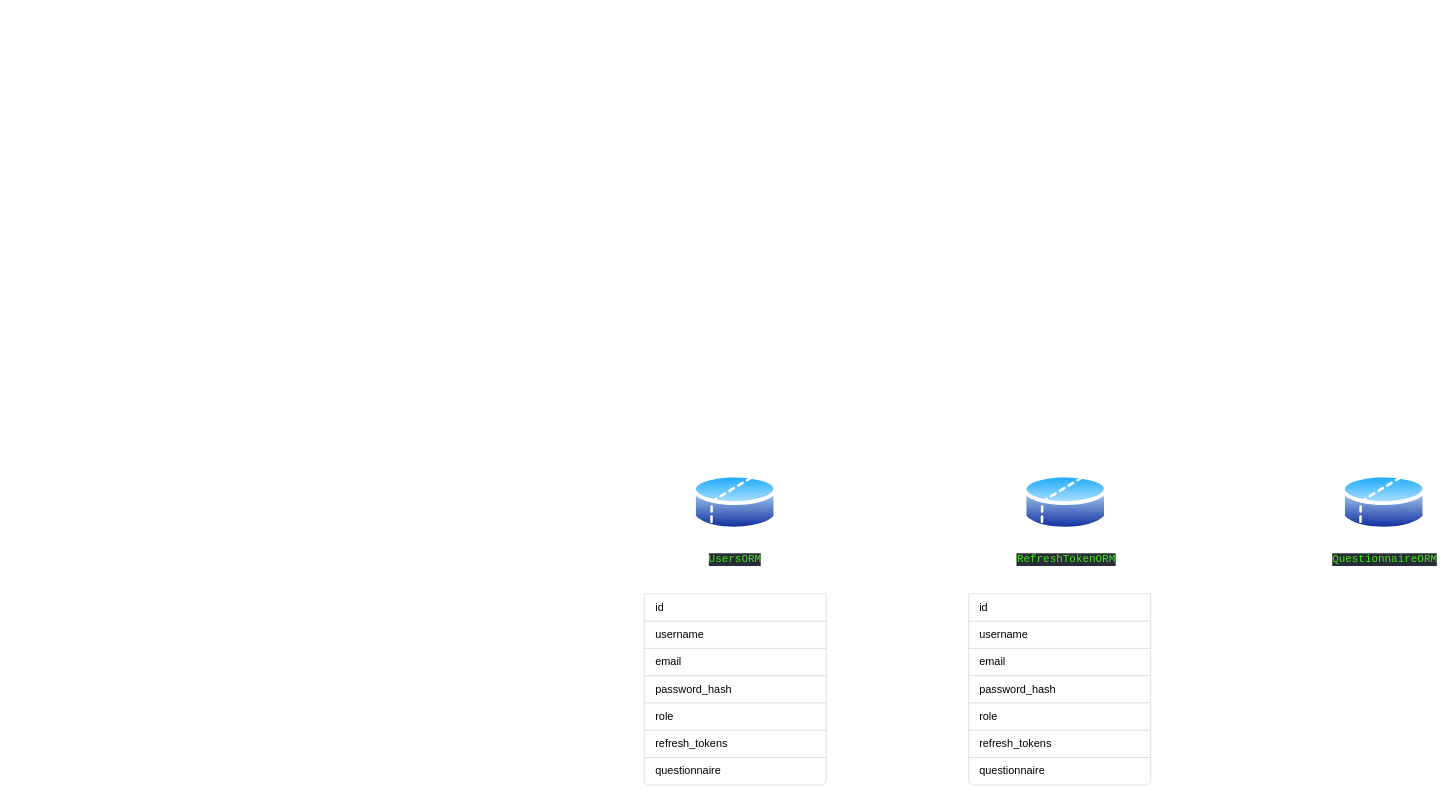
Above: docs/database/schem.drawio in veellimir/Home-Helper_Service (draw.io), before the change. Source tidied: cells renumbered, new cells numbered last; positions are measured from the earlier drawing's top-left corner, leaving out a move shared by most shapes. Both pictures are drawn from the tidied source at 91%, with x=0, y=0 at pixel (643, 470).
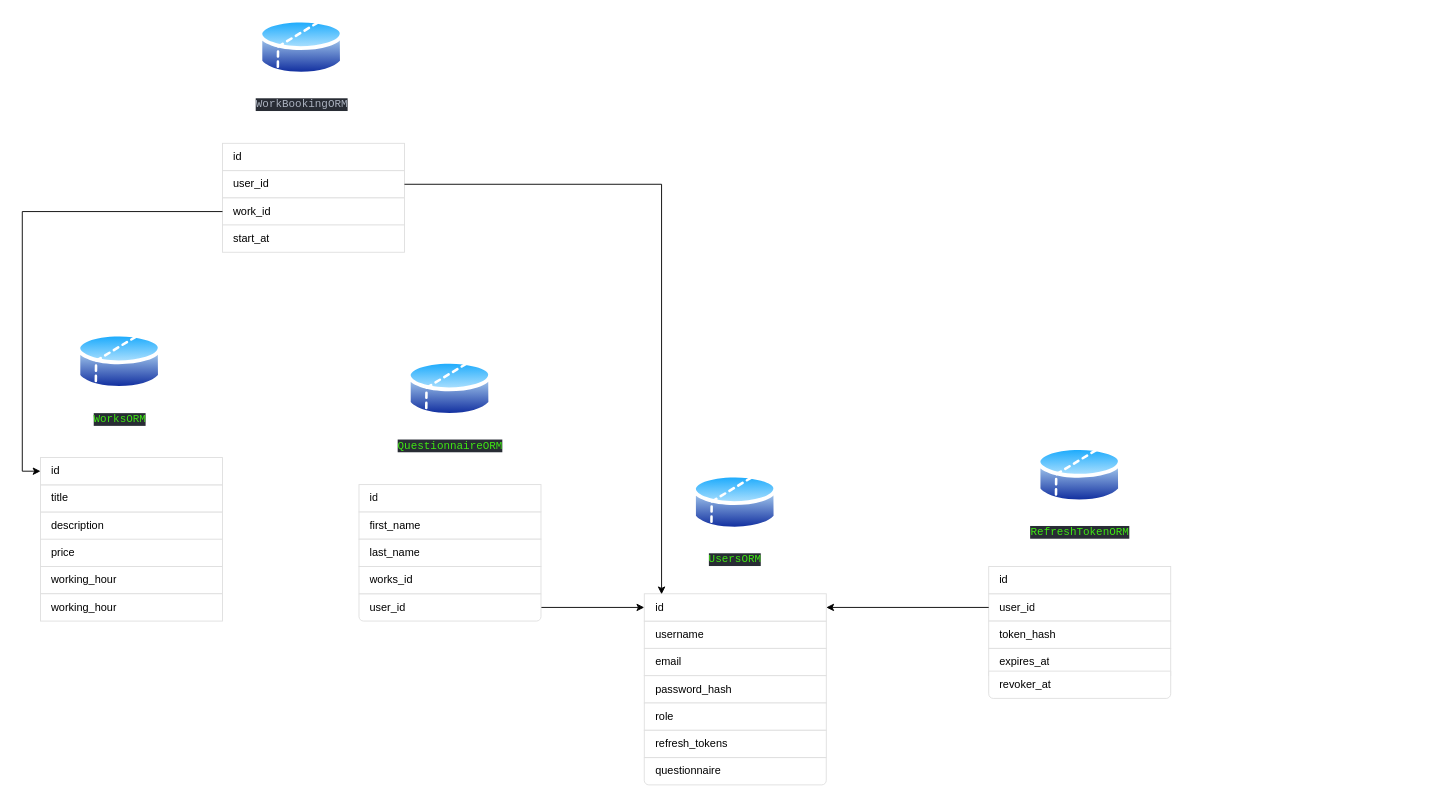
Above is the later version.

The change refers to these unchanged cells:
```xml
<mxCell id="12" value="id" style="text;strokeColor=#DFDFDF;fillColor=#FFFFFF;align=left;verticalAlign=middle;spacingLeft=10;spacingRight=10;overflow=hidden;points=[[0,0.5],[1,0.5]];portConstraint=eastwest;whiteSpace=wrap;html=1;rSize=5;fontColor=#000000;" parent="1" vertex="1">
  <mxGeometry x="0.5" y="135" width="200" height="30" as="geometry" />
</mxCell>
```

Change to the diagram source:
```diff
@@
     <mxCell id="3" value="&lt;div style=&quot;background-color:#282c34;color:#abb2bf&quot;&gt;&lt;pre style=&quot;font-family:'JetBrains Mono',monospace;font-size:12,8pt;&quot;&gt;&lt;span style=&quot;color:#3fe713;&quot;&gt;QuestionnaireORM&lt;/span&gt;&lt;/pre&gt;&lt;/div&gt;" style="image;perimeter=ellipsePerimeter;html=1;align=center;shadow=0;dashed=0;spacingTop=3;image=img/lib/active_directory/database_partition_2.svg;" parent="1" vertex="1">
-      <mxGeometry x="766.7" width="93.8" height="69.4" as="geometry" />
+      <mxGeometry x="-259.9" y="-125" width="93.8" height="69.4" as="geometry" />
     </mxCell>
     <mxCell id="4" value="&lt;div style=&quot;background-color:#282c34;color:#abb2bf&quot;&gt;&lt;pre style=&quot;font-family:'JetBrains Mono',monospace;font-size:12,8pt;&quot;&gt;&lt;span style=&quot;color:#3fe713;&quot;&gt;RefreshTokenORM&lt;/span&gt;&lt;/pre&gt;&lt;/div&gt;&lt;div&gt;&lt;br&gt;&lt;/div&gt;" style="image;perimeter=ellipsePerimeter;html=1;align=center;shadow=0;dashed=0;spacingTop=3;image=img/lib/active_directory/database_partition_2.svg;" parent="1" vertex="1">
-      <mxGeometry x="416.7" width="93.8" height="69.4" as="geometry" />
+      <mxGeometry x="432.1" y="-30" width="93.8" height="69.4" as="geometry" />
     </mxCell>
@@
     <mxCell id="13" style="swimlane;fontStyle=0;horizontal=1;startSize=0;whiteSpace=wrap;html=1;strokeColor=none;fillColor=none;" parent="1" vertex="1">
-      <mxGeometry x="357" y="165" width="200" height="90" as="geometry" />
+      <mxGeometry x="379" y="135" width="200" height="90" as="geometry" />
     </mxCell>
-    <mxCell id="14" value="username" style="text;strokeColor=#DFDFDF;fillColor=#FFFFFF;align=left;verticalAlign=middle;spacingLeft=10;spacingRight=10;overflow=hidden;points=[[0,0.5],[1,0.5]];portConstraint=eastwest;whiteSpace=wrap;html=1;rSize=5;fontColor=#000000;" parent="13" vertex="1">
+    <mxCell id="14" value="user_id" style="text;strokeColor=#DFDFDF;fillColor=#FFFFFF;align=left;verticalAlign=middle;spacingLeft=10;spacingRight=10;overflow=hidden;points=[[0,0.5],[1,0.5]];portConstraint=eastwest;whiteSpace=wrap;html=1;rSize=5;fontColor=#000000;" parent="13" vertex="1">
       <mxGeometry width="200" height="30" as="geometry" />
     </mxCell>
-    <mxCell id="15" value="email" style="text;strokeColor=#DFDFDF;fillColor=#FFFFFF;align=left;verticalAlign=middle;spacingLeft=10;spacingRight=10;overflow=hidden;whiteSpace=wrap;html=1;rSize=5;fontColor=#000000;" parent="13" vertex="1">
+    <mxCell id="15" value="token_hash" style="text;strokeColor=#DFDFDF;fillColor=#FFFFFF;align=left;verticalAlign=middle;spacingLeft=10;spacingRight=10;overflow=hidden;whiteSpace=wrap;html=1;rSize=5;fontColor=#000000;" parent="13" vertex="1">
       <mxGeometry y="30" width="200" height="30" as="geometry" />
     </mxCell>
-    <mxCell id="16" value="password_hash" style="text;strokeColor=#DFDFDF;fillColor=#FFFFFF;align=left;verticalAlign=middle;spacingLeft=10;spacingRight=10;overflow=hidden;whiteSpace=wrap;html=1;rSize=5;fontColor=#000000;" parent="13" vertex="1">
+    <mxCell id="16" value="expires_at" style="text;strokeColor=#DFDFDF;fillColor=#FFFFFF;align=left;verticalAlign=middle;spacingLeft=10;spacingRight=10;overflow=hidden;whiteSpace=wrap;html=1;rSize=5;fontColor=#000000;" parent="13" vertex="1">
       <mxGeometry y="60" width="200" height="30" as="geometry" />
     </mxCell>
-    <mxCell id="17" value="questionnaire" style="text;strokeColor=#DFDFDF;fillColor=#FFFFFF;align=left;verticalAlign=middle;spacingLeft=10;spacingRight=10;overflow=hidden;whiteSpace=wrap;html=1;shape=mxgraph.bootstrap.bottomButton;rSize=5;fontColor=#000000;" parent="1" vertex="1">
-      <mxGeometry x="357" y="315" width="200" height="30" as="geometry" />
+    <mxCell id="17" value="revoker_at" style="text;strokeColor=#DFDFDF;fillColor=#FFFFFF;align=left;verticalAlign=middle;spacingLeft=10;spacingRight=10;overflow=hidden;whiteSpace=wrap;html=1;shape=mxgraph.bootstrap.bottomButton;rSize=5;fontColor=#000000;" parent="1" vertex="1">
+      <mxGeometry x="379" y="220" width="200" height="30" as="geometry" />
     </mxCell>
-    <mxCell id="18" value="role" style="text;strokeColor=#DFDFDF;fillColor=#FFFFFF;align=left;verticalAlign=middle;spacingLeft=10;spacingRight=10;overflow=hidden;whiteSpace=wrap;html=1;rSize=5;fontColor=#000000;" parent="1" vertex="1">
-      <mxGeometry x="357" y="255" width="200" height="30" as="geometry" />
-    </mxCell>
-    <mxCell id="19" value="refresh_tokens" style="text;strokeColor=#DFDFDF;fillColor=#FFFFFF;align=left;verticalAlign=middle;spacingLeft=10;spacingRight=10;overflow=hidden;whiteSpace=wrap;html=1;rSize=5;fontColor=#000000;" parent="1" vertex="1">
-      <mxGeometry x="357" y="285" width="200" height="30" as="geometry" />
-    </mxCell>
     <mxCell id="20" value="id" style="text;strokeColor=#DFDFDF;fillColor=#FFFFFF;align=left;verticalAlign=middle;spacingLeft=10;spacingRight=10;overflow=hidden;whiteSpace=wrap;html=1;rSize=5;fontColor=#000000;" parent="1" vertex="1">
-      <mxGeometry x="357" y="135" width="200" height="30" as="geometry" />
+      <mxGeometry x="379" y="105" width="200" height="30" as="geometry" />
     </mxCell>
+    <mxCell id="21" style="edgeStyle=orthogonalEdgeStyle;rounded=0;jettySize=auto;html=1;" parent="1" edge="1" source="14" target="12">
+      <mxGeometry relative="1" as="geometry" />
+    </mxCell>
+    <mxCell id="22" style="swimlane;fontStyle=0;horizontal=1;startSize=0;whiteSpace=wrap;html=1;strokeColor=none;fillColor=none;" parent="1" vertex="1">
+      <mxGeometry x="-313" y="45" width="200" height="60" as="geometry" />
+    </mxCell>
+    <mxCell id="23" value="first_name" style="text;strokeColor=#DFDFDF;fillColor=#FFFFFF;align=left;verticalAlign=middle;spacingLeft=10;spacingRight=10;overflow=hidden;whiteSpace=wrap;html=1;rSize=5;fontColor=#000000;" parent="22" vertex="1">
+      <mxGeometry width="200" height="30" as="geometry" />
+    </mxCell>
+    <mxCell id="24" value="last_name" style="text;strokeColor=#DFDFDF;fillColor=#FFFFFF;align=left;verticalAlign=middle;spacingLeft=10;spacingRight=10;overflow=hidden;whiteSpace=wrap;html=1;rSize=5;fontColor=#000000;" parent="22" vertex="1">
+      <mxGeometry y="30" width="200" height="30" as="geometry" />
+    </mxCell>
+    <mxCell id="25" style="edgeStyle=orthogonalEdgeStyle;rounded=0;jettySize=auto;html=1;entryX=0;entryY=0.5;entryDx=0;entryDy=0;" parent="1" edge="1" source="26" target="12">
+      <mxGeometry relative="1" as="geometry" />
+    </mxCell>
+    <mxCell id="26" value="user_id" style="text;strokeColor=#DFDFDF;fillColor=#FFFFFF;align=left;verticalAlign=middle;spacingLeft=10;spacingRight=10;overflow=hidden;points=[[0,0.5],[1,0.5]];portConstraint=eastwest;whiteSpace=wrap;html=1;shape=mxgraph.bootstrap.bottomButton;rSize=5;fontColor=#000000;" parent="1" vertex="1">
+      <mxGeometry x="-313" y="135" width="200" height="30" as="geometry" />
+    </mxCell>
+    <mxCell id="27" value="id" style="text;strokeColor=#DFDFDF;fillColor=#FFFFFF;align=left;verticalAlign=middle;spacingLeft=10;spacingRight=10;overflow=hidden;whiteSpace=wrap;html=1;rSize=5;fontColor=#000000;" parent="1" vertex="1">
+      <mxGeometry x="-313" y="15" width="200" height="30" as="geometry" />
+    </mxCell>
+    <mxCell id="28" value="&lt;div style=&quot;background-color:#282c34;color:#abb2bf&quot;&gt;&lt;pre style=&quot;font-family:'JetBrains Mono',monospace;font-size:12,8pt;&quot;&gt;&lt;div&gt;&lt;pre style=&quot;font-family:'JetBrains Mono',monospace;font-size:12,8pt;&quot;&gt;&lt;span style=&quot;color:#3fe713;&quot;&gt;WorksORM&lt;/span&gt;&lt;/pre&gt;&lt;/div&gt;&lt;/pre&gt;&lt;/div&gt;" style="image;perimeter=ellipsePerimeter;html=1;align=center;shadow=0;dashed=0;spacingTop=3;image=img/lib/active_directory/database_partition_2.svg;" parent="1" vertex="1">
+      <mxGeometry x="-623" y="-154.7" width="93.8" height="69.4" as="geometry" />
+    </mxCell>
+    <mxCell id="29" style="swimlane;fontStyle=0;horizontal=1;startSize=0;whiteSpace=wrap;html=1;strokeColor=none;fillColor=none;" parent="1" vertex="1">
+      <mxGeometry x="-663" y="15.3" width="200" height="60" as="geometry" />
+    </mxCell>
+    <mxCell id="30" value="title" style="text;strokeColor=#DFDFDF;fillColor=#FFFFFF;align=left;verticalAlign=middle;spacingLeft=10;spacingRight=10;overflow=hidden;whiteSpace=wrap;html=1;rSize=5;fontColor=#000000;" parent="29" vertex="1">
+      <mxGeometry width="200" height="30" as="geometry" />
+    </mxCell>
+    <mxCell id="31" value="description" style="text;strokeColor=#DFDFDF;fillColor=#FFFFFF;align=left;verticalAlign=middle;spacingLeft=10;spacingRight=10;overflow=hidden;whiteSpace=wrap;html=1;rSize=5;fontColor=#000000;" parent="29" vertex="1">
+      <mxGeometry y="30" width="200" height="30" as="geometry" />
+    </mxCell>
+    <mxCell id="32" value="id" style="text;strokeColor=#DFDFDF;fillColor=#FFFFFF;align=left;verticalAlign=middle;spacingLeft=10;spacingRight=10;overflow=hidden;points=[[0,0.5],[1,0.5]];portConstraint=eastwest;whiteSpace=wrap;html=1;rSize=5;fontColor=#000000;" parent="1" vertex="1">
+      <mxGeometry x="-663" y="-14.7" width="200" height="30" as="geometry" />
+    </mxCell>
+    <mxCell id="33" value="price" style="text;strokeColor=#DFDFDF;fillColor=#FFFFFF;align=left;verticalAlign=middle;spacingLeft=10;spacingRight=10;overflow=hidden;whiteSpace=wrap;html=1;rSize=5;fontColor=#000000;" parent="1" vertex="1">
+      <mxGeometry x="-663" y="75" width="200" height="30" as="geometry" />
+    </mxCell>
+    <mxCell id="34" value="working_hour" style="text;strokeColor=#DFDFDF;fillColor=#FFFFFF;align=left;verticalAlign=middle;spacingLeft=10;spacingRight=10;overflow=hidden;whiteSpace=wrap;html=1;rSize=5;fontColor=#000000;" parent="1" vertex="1">
+      <mxGeometry x="-663" y="105" width="200" height="30" as="geometry" />
+    </mxCell>
+    <mxCell id="35" value="works_id" style="text;strokeColor=#DFDFDF;fillColor=#FFFFFF;align=left;verticalAlign=middle;spacingLeft=10;spacingRight=10;overflow=hidden;whiteSpace=wrap;html=1;rSize=5;fontColor=#000000;" parent="1" vertex="1">
+      <mxGeometry x="-313" y="105" width="200" height="30" as="geometry" />
+    </mxCell>
+    <mxCell id="36" value="working_hour" style="text;strokeColor=#DFDFDF;fillColor=#FFFFFF;align=left;verticalAlign=middle;spacingLeft=10;spacingRight=10;overflow=hidden;whiteSpace=wrap;html=1;rSize=5;fontColor=#000000;" parent="1" vertex="1">
+      <mxGeometry x="-663" y="135" width="200" height="30" as="geometry" />
+    </mxCell>
+    <mxCell id="37" value="&lt;div style=&quot;background-color:#282c34;color:#abb2bf&quot;&gt;&lt;pre style=&quot;font-family:'JetBrains Mono',monospace;font-size:12,8pt;&quot;&gt;&lt;pre style=&quot;font-family:'JetBrains Mono',monospace;font-size:12,8pt;&quot;&gt;&lt;span class=&quot;ͼ10&quot;&gt;WorkBookingORM&lt;/span&gt;&lt;/pre&gt;&lt;/pre&gt;&lt;/div&gt;" style="image;perimeter=ellipsePerimeter;html=1;align=center;shadow=0;dashed=0;spacingTop=3;image=img/lib/active_directory/database_partition_2.svg;" parent="1" vertex="1">
+      <mxGeometry x="-423" y="-500" width="93.8" height="69.4" as="geometry" />
+    </mxCell>
+    <mxCell id="38" style="swimlane;fontStyle=0;horizontal=1;startSize=0;whiteSpace=wrap;html=1;strokeColor=none;fillColor=none;" parent="1" vertex="1">
+      <mxGeometry x="-463" y="-330" width="200" height="60" as="geometry" />
+    </mxCell>
+    <mxCell id="39" value="user_id" style="text;strokeColor=#DFDFDF;fillColor=#FFFFFF;align=left;verticalAlign=middle;spacingLeft=10;spacingRight=10;overflow=hidden;points=[[0,0.5],[1,0.5]];portConstraint=eastwest;whiteSpace=wrap;html=1;rSize=5;fontColor=#000000;" parent="38" vertex="1">
+      <mxGeometry width="200" height="30" as="geometry" />
+    </mxCell>
+    <mxCell id="40" value="work_id" style="text;strokeColor=#DFDFDF;fillColor=#FFFFFF;align=left;verticalAlign=middle;spacingLeft=10;spacingRight=10;overflow=hidden;points=[[0,0.5],[1,0.5]];portConstraint=eastwest;whiteSpace=wrap;html=1;rSize=5;fontColor=#000000;" parent="38" vertex="1">
+      <mxGeometry y="30" width="200" height="30" as="geometry" />
+    </mxCell>
+    <mxCell id="41" value="id" style="text;strokeColor=#DFDFDF;fillColor=#FFFFFF;align=left;verticalAlign=middle;spacingLeft=10;spacingRight=10;overflow=hidden;whiteSpace=wrap;html=1;rSize=5;fontColor=#000000;" parent="1" vertex="1">
+      <mxGeometry x="-463" y="-360" width="200" height="30" as="geometry" />
+    </mxCell>
+    <mxCell id="42" value="start_at" style="text;strokeColor=#DFDFDF;fillColor=#FFFFFF;align=left;verticalAlign=middle;spacingLeft=10;spacingRight=10;overflow=hidden;whiteSpace=wrap;html=1;rSize=5;fontColor=#000000;" parent="1" vertex="1">
+      <mxGeometry x="-463" y="-270.3" width="200" height="30" as="geometry" />
+    </mxCell>
+    <mxCell id="43" style="edgeStyle=orthogonalEdgeStyle;rounded=0;jettySize=auto;html=1;entryX=0;entryY=0.5;entryDx=0;entryDy=0;" parent="1" edge="1" source="40" target="32">
+      <mxGeometry relative="1" as="geometry" />
+    </mxCell>
+    <mxCell id="44" style="edgeStyle=orthogonalEdgeStyle;rounded=0;jettySize=auto;html=1;entryX=0.095;entryY=0.018;entryDx=0;entryDy=0;entryPerimeter=0;" parent="1" edge="1" source="39" target="12">
+      <mxGeometry relative="1" as="geometry" />
+    </mxCell>
```
